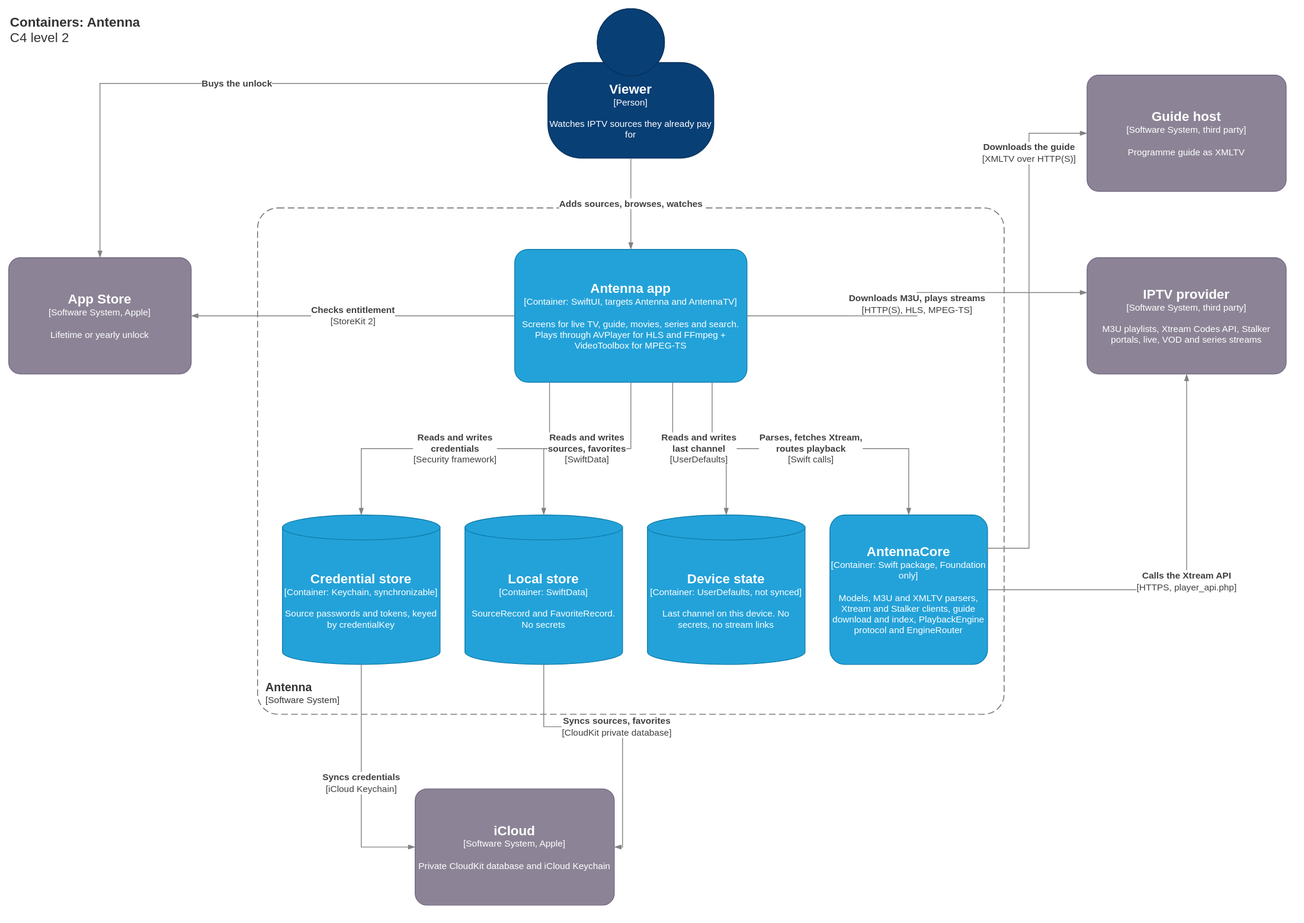
The draw.io diagram docs/architecture/c4-container.drawio.svg in OlofLoov/antenna, before a commit. Source tidied: cells renumbered, new cells last; positions are measured from the earlier drawing's top-left corner, leaving out a move shared by most shapes.
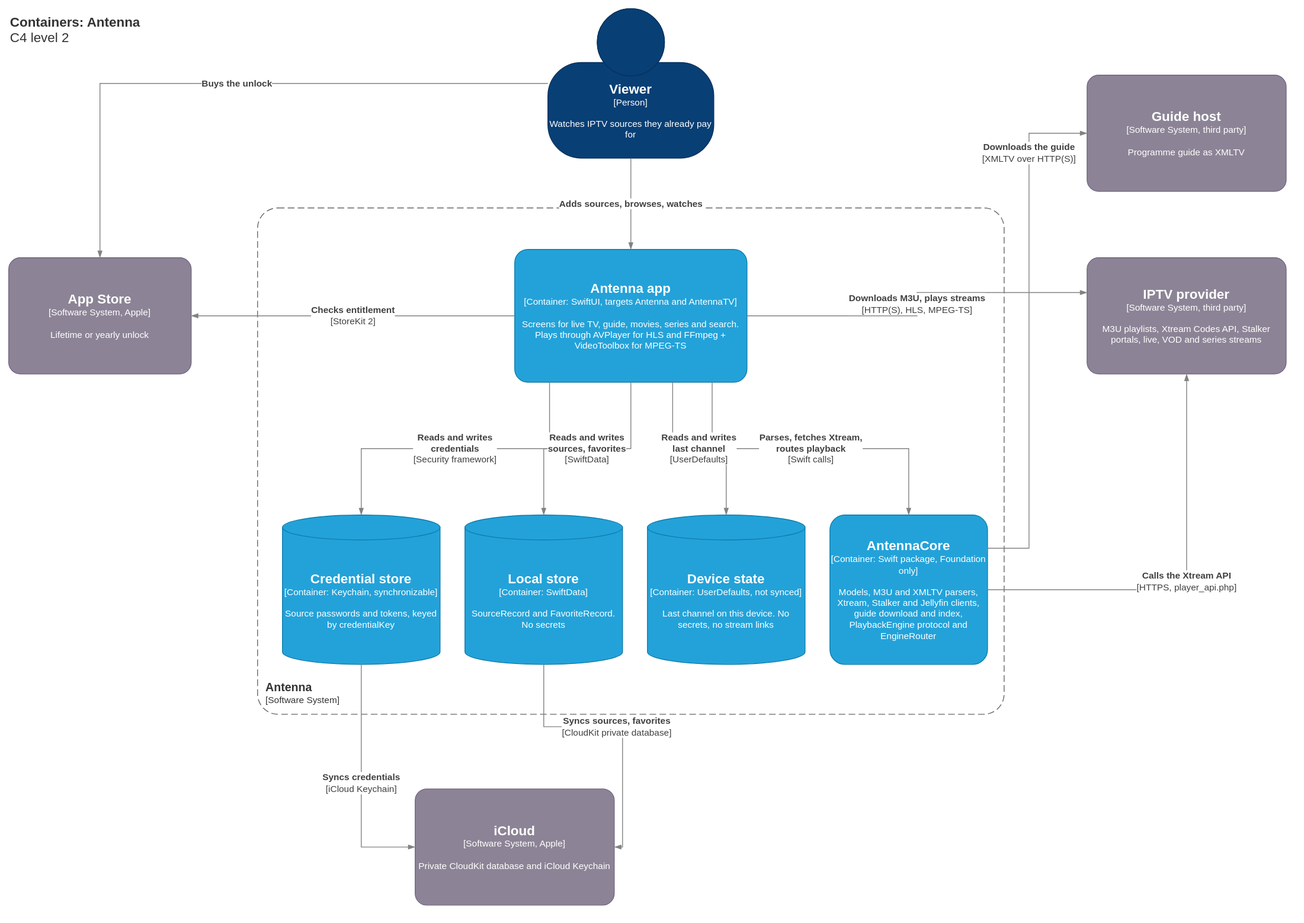
The same file after the commit.

The edit, as a diff of the source:
```diff
@@ -23,7 +23,7 @@
     <mxCell id="8" value="&lt;font style='font-size:16px'&gt;&lt;b&gt;Device state&lt;/b&gt;&lt;/font&gt;&lt;div&gt;[Container: UserDefaults, not synced]&lt;/div&gt;&lt;br&gt;&lt;div&gt;Last channel on this device. No secrets, no stream links&lt;/div&gt;" style="shape=cylinder3;size=15;boundedLbl=1;whiteSpace=wrap;html=1;labelBackgroundColor=none;fillColor=#23A2D9;fontColor=#ffffff;align=center;strokeColor=#0E7DAD;fontSize=11;" parent="1" vertex="1">
       <mxGeometry x="770" y="610" width="190" height="180" as="geometry" />
     </mxCell>
-    <mxCell id="9" value="&lt;font style='font-size:16px'&gt;&lt;b&gt;AntennaCore&lt;/b&gt;&lt;/font&gt;&lt;div&gt;[Container: Swift package, Foundation only]&lt;/div&gt;&lt;br&gt;&lt;div&gt;Models, M3U and XMLTV parsers, Xtream and Stalker clients, guide download and index, PlaybackEngine protocol and EngineRouter&lt;/div&gt;" style="rounded=1;whiteSpace=wrap;html=1;labelBackgroundColor=none;fillColor=#23A2D9;fontColor=#ffffff;align=center;arcSize=10;strokeColor=#0E7DAD;fontSize=11;" parent="1" vertex="1">
+    <mxCell id="9" value="&lt;font style='font-size:16px'&gt;&lt;b&gt;AntennaCore&lt;/b&gt;&lt;/font&gt;&lt;div&gt;[Container: Swift package, Foundation only]&lt;/div&gt;&lt;br&gt;&lt;div&gt;Models, M3U and XMLTV parsers, Xtream, Stalker and Jellyfin clients, guide download and index, PlaybackEngine protocol and EngineRouter&lt;/div&gt;" style="rounded=1;whiteSpace=wrap;html=1;labelBackgroundColor=none;fillColor=#23A2D9;fontColor=#ffffff;align=center;arcSize=10;strokeColor=#0E7DAD;fontSize=11;" parent="1" vertex="1">
       <mxGeometry x="990" y="610" width="190" height="180" as="geometry" />
     </mxCell>
     <mxCell id="10" value="&lt;font style='font-size:16px'&gt;&lt;b&gt;App Store&lt;/b&gt;&lt;/font&gt;&lt;div&gt;[Software System, Apple]&lt;/div&gt;&lt;br&gt;&lt;div&gt;Lifetime or yearly unlock&lt;/div&gt;" style="rounded=1;whiteSpace=wrap;html=1;labelBackgroundColor=none;fillColor=#8C8496;fontColor=#ffffff;align=center;arcSize=10;strokeColor=#736782;fontSize=11;" parent="1" vertex="1">
```
